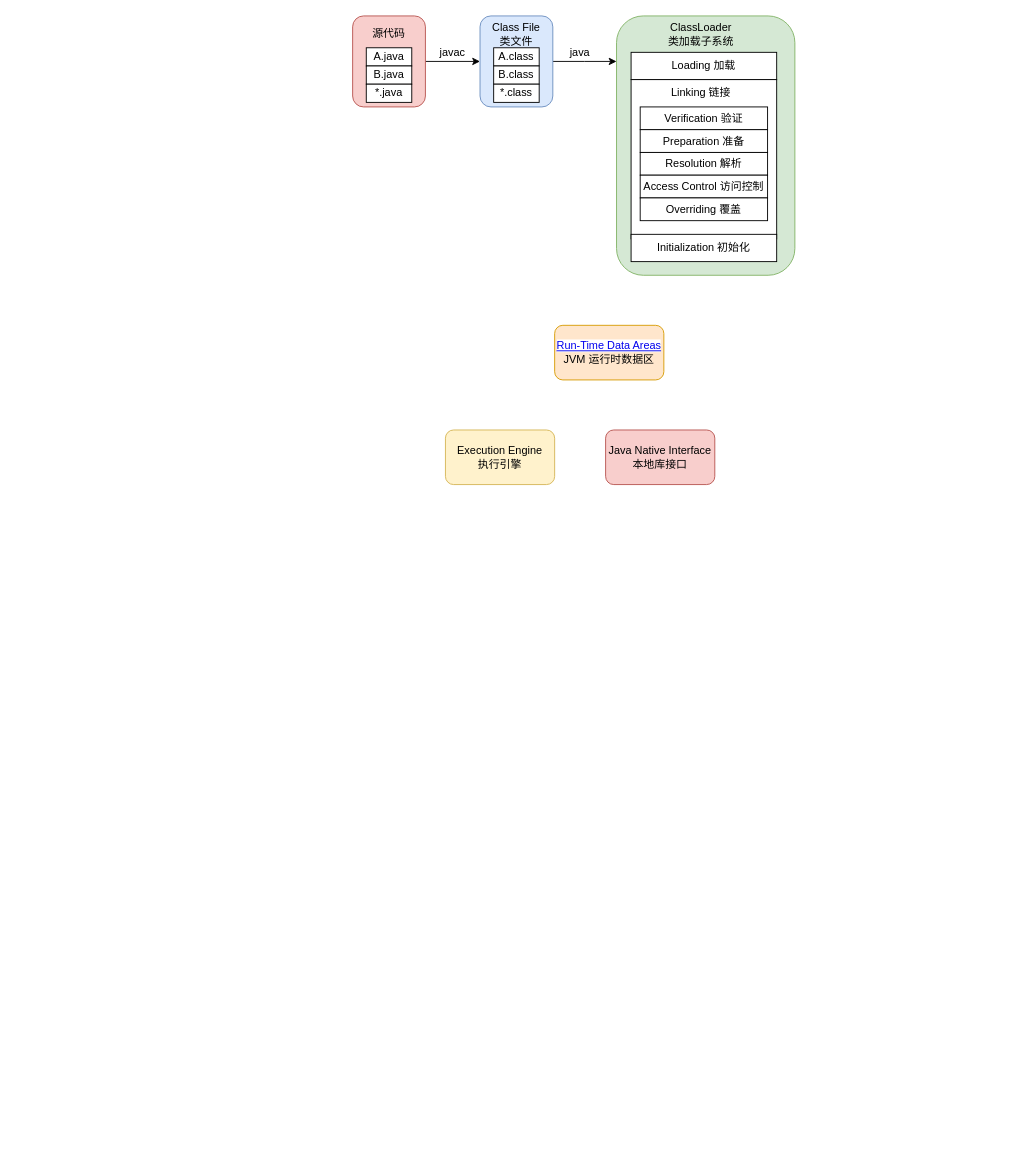
Xianzhan/amind keeps this draw.io diagram as Project/openjdk/jvm/Architecture.drawio. Above is the earlier version. Source tidied: cells renumbered, new cells numbered last; positions are measured from the earlier drawing's top-left corner, leaving out a move shared by most shapes. Both pictures are drawn from the tidied source at 91%, with x=0, y=0 at pixel (352, 15).
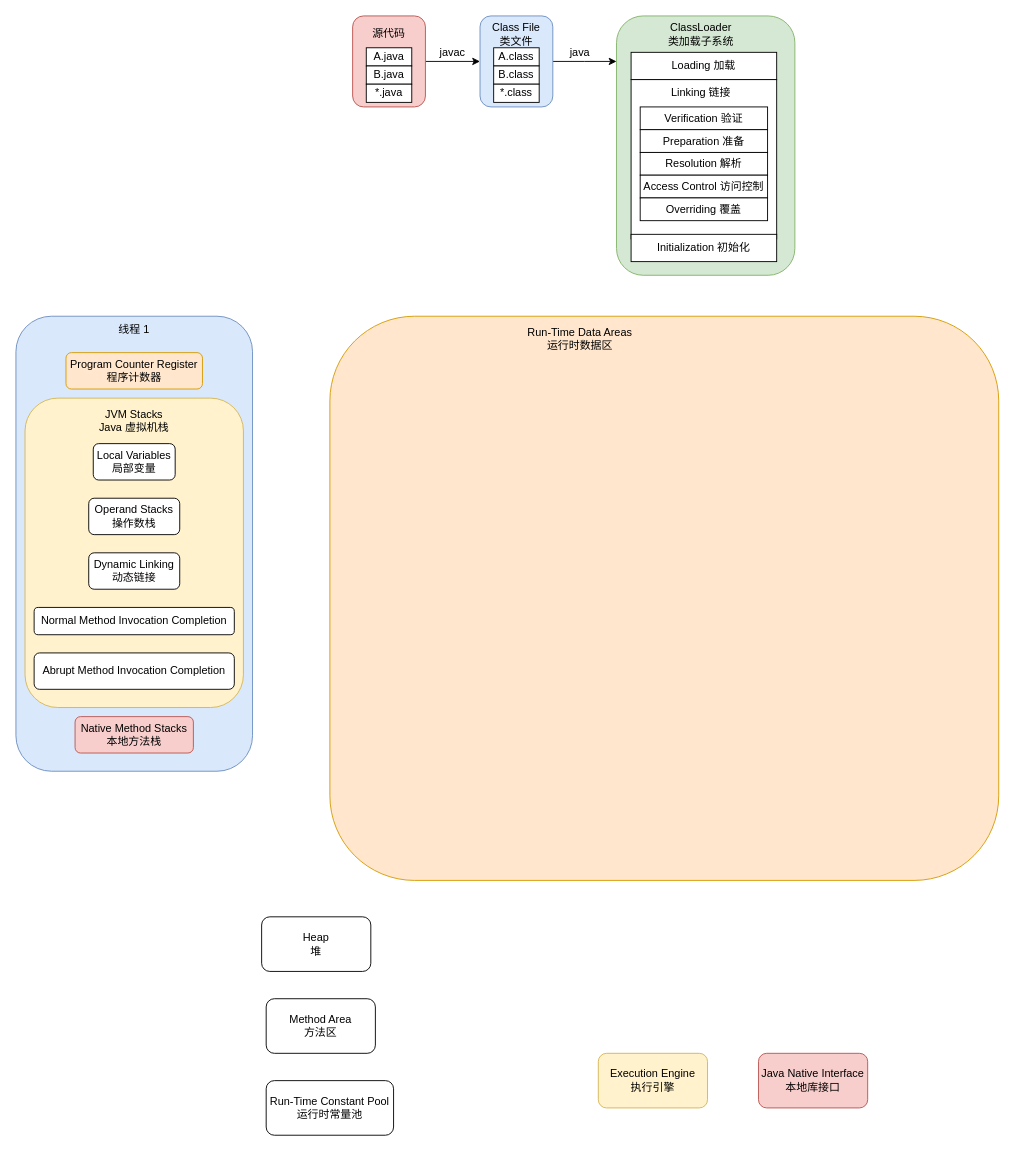
Above is the later version.

The edit, as a diff of the source:
```diff
@@
+    <mxCell id="30" style="rounded=1;whiteSpace=wrap;html=1;fillColor=#dae8fc;strokeColor=#6c8ebf;" parent="1" vertex="1">
+      <mxGeometry x="-370" y="330" width="260" height="500" as="geometry" />
+    </mxCell>
@@
-    <mxCell id="5" value="&lt;a style=&quot;font-family: Arial, Helvetica, sans-serif; text-align: start; background-color: rgb(255, 255, 255);&quot; href=&quot;https://docs.oracle.com/javase/specs/jvms/se8/html/jvms-2.html#jvms-2.5&quot;&gt;Run-Time Data Areas&lt;/a&gt;&lt;br&gt;JVM 运行时数据区" style="rounded=1;whiteSpace=wrap;html=1;fillColor=#ffe6cc;strokeColor=#d79b00;" parent="1" vertex="1">
-      <mxGeometry x="222" y="340" width="120" height="60" as="geometry" />
+    <mxCell id="5" style="rounded=1;whiteSpace=wrap;html=1;fillColor=#ffe6cc;strokeColor=#d79b00;" parent="1" vertex="1">
+      <mxGeometry x="-25" y="330" width="735" height="620" as="geometry" />
     </mxCell>
     <mxCell id="6" value="Execution Engine&lt;br&gt;执行引擎" style="rounded=1;whiteSpace=wrap;html=1;fillColor=#fff2cc;strokeColor=#d6b656;" parent="1" vertex="1">
-      <mxGeometry x="102" y="455" width="120" height="60" as="geometry" />
+      <mxGeometry x="270" y="1140" width="120" height="60" as="geometry" />
     </mxCell>
     <mxCell id="7" value="Java Native Interface&lt;br&gt;本地库接口" style="rounded=1;whiteSpace=wrap;html=1;fillColor=#f8cecc;strokeColor=#b85450;" parent="1" vertex="1">
-      <mxGeometry x="278" y="455" width="120" height="60" as="geometry" />
+      <mxGeometry x="446" y="1140" width="120" height="60" as="geometry" />
     </mxCell>
@@
+    <mxCell id="31" value="Run-Time Data Areas&lt;br&gt;运行时数据区" style="text;html=1;strokeColor=none;fillColor=none;align=center;verticalAlign=middle;whiteSpace=wrap;rounded=0;" parent="1" vertex="1">
+      <mxGeometry x="185" y="340" width="130" height="30" as="geometry" />
+    </mxCell>
+    <mxCell id="32" value="&lt;span style=&quot;&quot;&gt;Program Counter Register&lt;/span&gt;&lt;br style=&quot;&quot;&gt;&lt;span style=&quot;&quot;&gt;程序计数器&lt;/span&gt;" style="rounded=1;whiteSpace=wrap;html=1;fillColor=#ffe6cc;strokeColor=#d79b00;" parent="1" vertex="1">
+      <mxGeometry x="-315" y="370" width="150" height="40" as="geometry" />
+    </mxCell>
+    <mxCell id="33" style="rounded=1;whiteSpace=wrap;html=1;fillColor=#fff2cc;strokeColor=#d6b656;" parent="1" vertex="1">
+      <mxGeometry x="-360" y="420" width="240" height="340" as="geometry" />
+    </mxCell>
+    <mxCell id="34" value="JVM Stacks&lt;br&gt;Java 虚拟机栈" style="text;html=1;strokeColor=none;fillColor=none;align=center;verticalAlign=middle;whiteSpace=wrap;rounded=0;" parent="1" vertex="1">
+      <mxGeometry x="-285" y="430" width="90" height="30" as="geometry" />
+    </mxCell>
+    <mxCell id="35" value="Heap&lt;br&gt;堆" style="rounded=1;whiteSpace=wrap;html=1;" parent="1" vertex="1">
+      <mxGeometry x="-100" y="990" width="120" height="60" as="geometry" />
+    </mxCell>
+    <mxCell id="36" value="Method Area&lt;br&gt;方法区" style="rounded=1;whiteSpace=wrap;html=1;" parent="1" vertex="1">
+      <mxGeometry x="-95" y="1080" width="120" height="60" as="geometry" />
+    </mxCell>
+    <mxCell id="37" value="Run-Time Constant Pool&lt;br&gt;运行时常量池" style="rounded=1;whiteSpace=wrap;html=1;" parent="1" vertex="1">
+      <mxGeometry x="-95" y="1170" width="140" height="60" as="geometry" />
+    </mxCell>
+    <mxCell id="38" value="Native Method Stacks&lt;br&gt;本地方法栈" style="rounded=1;whiteSpace=wrap;html=1;fillColor=#f8cecc;strokeColor=#b85450;" parent="1" vertex="1">
+      <mxGeometry x="-305" y="770" width="130" height="40" as="geometry" />
+    </mxCell>
+    <mxCell id="39" value="Local Variables&lt;br&gt;局部变量" style="rounded=1;whiteSpace=wrap;html=1;" parent="1" vertex="1">
+      <mxGeometry x="-285" y="470" width="90" height="40" as="geometry" />
+    </mxCell>
+    <mxCell id="40" value="Operand Stacks&lt;br&gt;操作数栈" style="rounded=1;whiteSpace=wrap;html=1;" parent="1" vertex="1">
+      <mxGeometry x="-290" y="530" width="100" height="40" as="geometry" />
+    </mxCell>
+    <mxCell id="41" value="Dynamic Linking&lt;br&gt;动态链接" style="rounded=1;whiteSpace=wrap;html=1;" parent="1" vertex="1">
+      <mxGeometry x="-290" y="590" width="100" height="40" as="geometry" />
+    </mxCell>
+    <mxCell id="42" value="Normal Method Invocation Completion" style="rounded=1;whiteSpace=wrap;html=1;" parent="1" vertex="1">
+      <mxGeometry x="-350" y="650" width="220" height="30" as="geometry" />
+    </mxCell>
+    <mxCell id="43" value="Abrupt Method Invocation Completion" style="rounded=1;whiteSpace=wrap;html=1;" parent="1" vertex="1">
+      <mxGeometry x="-350" y="700" width="220" height="40" as="geometry" />
+    </mxCell>
+    <mxCell id="44" value="线程 1" style="text;html=1;strokeColor=none;fillColor=none;align=center;verticalAlign=middle;whiteSpace=wrap;rounded=0;" parent="1" vertex="1">
+      <mxGeometry x="-270" y="330" width="60" height="30" as="geometry" />
+    </mxCell>
```
